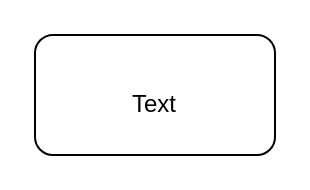
Cl-12345/IT-class keeps this draw.io diagram as highschoolrank/school_info.drawio. Above is the earlier version. Source tidied: cells renumbered, new cells numbered last; positions are measured from the earlier drawing's top-left corner, leaving out a move shared by most shapes. Both pictures are drawn from the tidied source at 200%, with x=0, y=0 at pixel (34, 34).
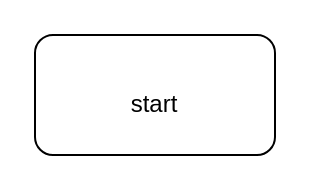
The same page after the edit.

What changed in the source:
```diff
@@
 <mxGraphModel>
   <root>
     <mxCell id="0" />
     <mxCell id="1" parent="0" />
     <mxCell id="2" style="rounded=1;whiteSpace=wrap;html=1;" parent="1" vertex="1">
       <mxGeometry width="120" height="60" as="geometry" />
     </mxCell>
-    <mxCell id="3" value="Text" style="text;html=1;whiteSpace=wrap;strokeColor=none;fillColor=none;align=center;verticalAlign=middle;rounded=0;" parent="1" vertex="1">
+    <mxCell id="3" value="start" style="text;html=1;whiteSpace=wrap;strokeColor=none;fillColor=none;align=center;verticalAlign=middle;rounded=0;" parent="1" vertex="1">
       <mxGeometry x="30" y="20" width="60" height="30" as="geometry" />
     </mxCell>
   </root>
 </mxGraphModel>
```
